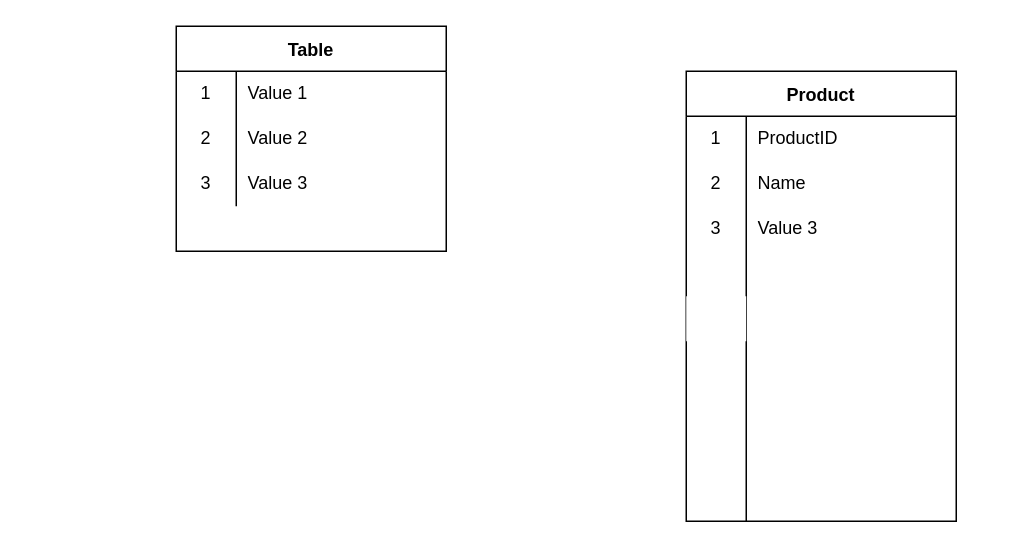
Earlier version of the draw.io diagram Database-Flowchart/Untitled Diagram.drawio (IvanVelychko/Database-Coderclass-Webwinkel). Source tidied: cells renumbered, new cells numbered last; positions are measured from the earlier drawing's top-left corner, leaving out a move shared by most shapes. Both pictures are drawn from the tidied source at 150%, with x=0, y=0 at pixel (176, 26).
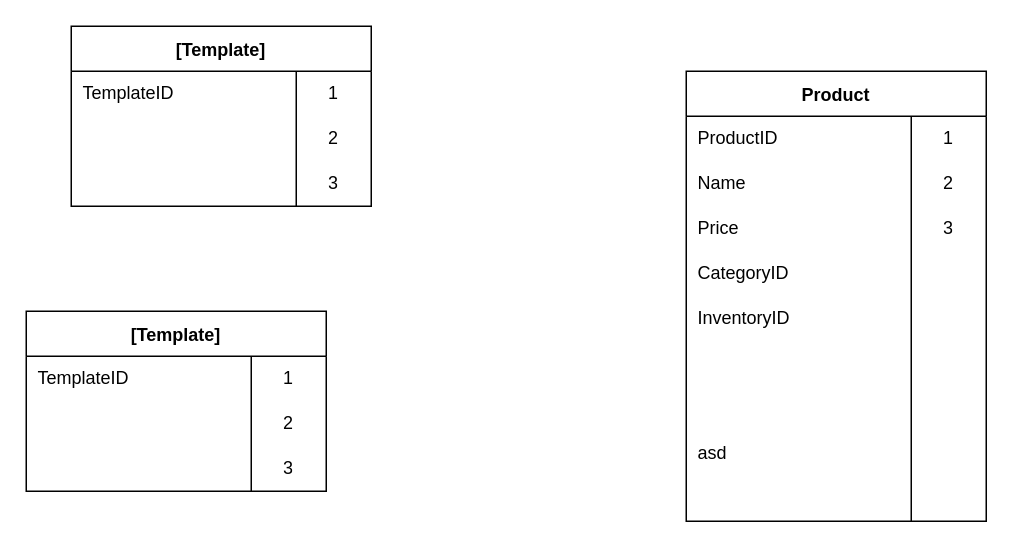
The same page after the edit.

Diff of the diagram source:
```diff
@@
-    <mxCell id="2" value="Product" style="shape=table;startSize=30;childLayout=tableLayout;rowLines=0;fontStyle=1;rounded=0;swimlaneLine=1;sketch=0;shadow=0;comic=0;columnLines=1;flipH=0;" parent="1" vertex="1">
-      <mxGeometry x="340" y="30" width="180" height="300" as="geometry" />
+    <mxCell id="2" value="Product" style="shape=table;startSize=30;childLayout=tableLayout;rowLines=0;fontStyle=1;swimlaneLine=1;columnLines=1;flipH=0;direction=east ;right=1;rounded=0;" parent="1" vertex="1">
+      <mxGeometry x="340" y="30" width="200" height="300" as="geometry" />
     </mxCell>
     <mxCell id="3" style="shape=tableRow;horizontal=0;startSize=0;swimlaneHead=0;swimlaneBody=0;top=0;left=0;bottom=0;right=0;fillColor=none;" parent="2" vertex="1">
-      <mxGeometry y="30" width="180" height="30" as="geometry" />
+      <mxGeometry y="30" width="200" height="30" as="geometry" />
     </mxCell>
+    <mxCell id="5" value="ProductID" style="shape=partialRectangle;html=1;whiteSpace=wrap;fillColor=none;top=0;left=0;bottom=0;right=0;overflow=hidden;align=left;spacingLeft=6;" parent="3" vertex="1">
+      <mxGeometry width="150" height="30" as="geometry" />
+    </mxCell>
     <mxCell id="4" value="1" style="shape=partialRectangle;html=1;whiteSpace=wrap;fillColor=none;top=0;left=0;bottom=0;right=0;overflow=hidden;" parent="3" vertex="1">
-      <mxGeometry width="40" height="30" as="geometry" />
+      <mxGeometry x="150" width="50" height="30" as="geometry" />
     </mxCell>
-    <mxCell id="5" value="ProductID" style="shape=partialRectangle;html=1;whiteSpace=wrap;fillColor=none;top=0;left=0;bottom=0;right=0;align=left;spacingLeft=6;overflow=hidden;" parent="3" vertex="1">
-      <mxGeometry x="40" width="140" height="30" as="geometry" />
-    </mxCell>
     <mxCell id="6" style="shape=tableRow;horizontal=0;startSize=0;swimlaneHead=0;swimlaneBody=0;top=0;left=0;bottom=0;right=0;fillColor=none;" parent="2" vertex="1">
-      <mxGeometry y="60" width="180" height="30" as="geometry" />
+      <mxGeometry y="60" width="200" height="30" as="geometry" />
     </mxCell>
+    <mxCell id="8" value="Name" style="shape=partialRectangle;html=1;whiteSpace=wrap;fillColor=none;top=0;left=0;bottom=0;right=0;overflow=hidden;align=left;spacingLeft=6;" parent="6" vertex="1">
+      <mxGeometry width="150" height="30" as="geometry" />
+    </mxCell>
     <mxCell id="7" value="2" style="shape=partialRectangle;html=1;whiteSpace=wrap;fillColor=none;top=0;left=0;bottom=0;right=0;overflow=hidden;" parent="6" vertex="1">
-      <mxGeometry width="40" height="30" as="geometry" />
+      <mxGeometry x="150" width="50" height="30" as="geometry" />
     </mxCell>
-    <mxCell id="8" value="Name" style="shape=partialRectangle;html=1;whiteSpace=wrap;fillColor=none;top=0;left=0;bottom=0;right=0;align=left;spacingLeft=6;overflow=hidden;" parent="6" vertex="1">
-      <mxGeometry x="40" width="140" height="30" as="geometry" />
-    </mxCell>
     <mxCell id="9" style="shape=tableRow;horizontal=0;startSize=0;swimlaneHead=0;swimlaneBody=0;top=0;left=0;bottom=0;right=0;fillColor=none;" parent="2" vertex="1">
-      <mxGeometry y="90" width="180" height="30" as="geometry" />
+      <mxGeometry y="90" width="200" height="30" as="geometry" />
     </mxCell>
+    <mxCell id="40" value="Price" style="shape=partialRectangle;html=1;whiteSpace=wrap;fillColor=none;top=0;left=0;bottom=0;right=0;overflow=hidden;align=left;spacingLeft=6;" parent="9" vertex="1">
+      <mxGeometry width="150" height="30" as="geometry" />
+    </mxCell>
     <mxCell id="10" value="3" style="shape=partialRectangle;html=1;whiteSpace=wrap;fillColor=none;top=0;left=0;bottom=0;right=0;overflow=hidden;" parent="9" vertex="1">
-      <mxGeometry width="40" height="30" as="geometry" />
+      <mxGeometry x="150" width="50" height="30" as="geometry" />
     </mxCell>
-    <mxCell id="11" value="Value 3" style="shape=partialRectangle;html=1;whiteSpace=wrap;fillColor=none;top=0;left=0;bottom=0;right=0;align=left;spacingLeft=6;overflow=hidden;" parent="9" vertex="1">
-      <mxGeometry x="40" width="140" height="30" as="geometry" />
-    </mxCell>
     <mxCell id="12" style="shape=tableRow;horizontal=0;startSize=0;swimlaneHead=0;swimlaneBody=0;top=0;left=0;bottom=0;right=0;fillColor=none;" parent="2" vertex="1">
-      <mxGeometry y="120" width="180" height="30" as="geometry" />
+      <mxGeometry y="120" width="200" height="30" as="geometry" />
     </mxCell>
+    <mxCell id="41" value="CategoryID" style="shape=partialRectangle;html=1;whiteSpace=wrap;fillColor=none;top=0;left=0;bottom=0;right=0;overflow=hidden;align=left;spacingLeft=6;" parent="12" vertex="1">
+      <mxGeometry width="150" height="30" as="geometry" />
+    </mxCell>
     <mxCell id="13" style="shape=partialRectangle;html=1;whiteSpace=wrap;fillColor=none;top=0;left=0;bottom=0;right=0;overflow=hidden;" parent="12" vertex="1">
-      <mxGeometry width="40" height="30" as="geometry" />
+      <mxGeometry x="150" width="50" height="30" as="geometry" />
     </mxCell>
-    <mxCell id="14" style="shape=partialRectangle;html=1;whiteSpace=wrap;fillColor=none;top=0;left=0;bottom=0;right=0;align=left;spacingLeft=6;overflow=hidden;" parent="12" vertex="1">
-      <mxGeometry x="40" width="140" height="30" as="geometry" />
-    </mxCell>
-    <mxCell id="15" style="shape=tableRow;horizontal=0;startSize=0;swimlaneHead=0;swimlaneBody=0;top=0;left=0;bottom=0;right=0;fillColor=none;" parent="2" vertex="1">
-      <mxGeometry y="150" width="180" height="30" as="geometry" />
-    </mxCell>
-    <mxCell id="16" style="shape=partialRectangle;html=1;whiteSpace=wrap;top=0;left=0;bottom=0;right=0;overflow=hidden;" parent="15" vertex="1">
-      <mxGeometry width="40" height="30" as="geometry" />
-    </mxCell>
-    <mxCell id="17" style="shape=partialRectangle;html=1;whiteSpace=wrap;fillColor=none;top=0;left=0;bottom=0;right=0;align=left;spacingLeft=6;overflow=hidden;" parent="15" vertex="1">
-      <mxGeometry x="40" width="140" height="30" as="geometry" />
-    </mxCell>
     <mxCell id="18" style="shape=tableRow;horizontal=0;startSize=0;swimlaneHead=0;swimlaneBody=0;top=0;left=0;bottom=0;right=0;fillColor=none;" parent="2" vertex="1">
-      <mxGeometry y="180" width="180" height="30" as="geometry" />
+      <mxGeometry y="150" width="200" height="30" as="geometry" />
     </mxCell>
+    <mxCell id="42" value="InventoryID" style="shape=partialRectangle;html=1;whiteSpace=wrap;fillColor=none;top=0;left=0;bottom=0;right=0;overflow=hidden;align=left;spacingLeft=6;" parent="18" vertex="1">
+      <mxGeometry width="150" height="30" as="geometry" />
+    </mxCell>
     <mxCell id="19" style="shape=partialRectangle;html=1;whiteSpace=wrap;fillColor=none;top=0;left=0;bottom=0;right=0;overflow=hidden;" parent="18" vertex="1">
-      <mxGeometry width="40" height="30" as="geometry" />
+      <mxGeometry x="150" width="50" height="30" as="geometry" />
     </mxCell>
-    <mxCell id="20" style="shape=partialRectangle;html=1;whiteSpace=wrap;fillColor=none;top=0;left=0;bottom=0;right=0;align=left;spacingLeft=6;overflow=hidden;" parent="18" vertex="1">
-      <mxGeometry x="40" width="140" height="30" as="geometry" />
-    </mxCell>
     <mxCell id="21" style="shape=tableRow;horizontal=0;startSize=0;swimlaneHead=0;swimlaneBody=0;top=0;left=0;bottom=0;right=0;fillColor=none;" parent="2" vertex="1">
-      <mxGeometry y="210" width="180" height="30" as="geometry" />
+      <mxGeometry y="180" width="200" height="30" as="geometry" />
     </mxCell>
+    <mxCell id="43" style="shape=partialRectangle;html=1;whiteSpace=wrap;fillColor=none;top=0;left=0;bottom=0;right=0;overflow=hidden;align=left;spacingLeft=6;" parent="21" vertex="1">
+      <mxGeometry width="150" height="30" as="geometry" />
+    </mxCell>
     <mxCell id="22" style="shape=partialRectangle;html=1;whiteSpace=wrap;fillColor=none;top=0;left=0;bottom=0;right=0;overflow=hidden;" parent="21" vertex="1">
-      <mxGeometry width="40" height="30" as="geometry" />
+      <mxGeometry x="150" width="50" height="30" as="geometry" />
     </mxCell>
-    <mxCell id="23" style="shape=partialRectangle;html=1;whiteSpace=wrap;fillColor=none;top=0;left=0;bottom=0;right=0;align=left;spacingLeft=6;overflow=hidden;" parent="21" vertex="1">
-      <mxGeometry x="40" width="140" height="30" as="geometry" />
-    </mxCell>
     <mxCell id="24" style="shape=tableRow;horizontal=0;startSize=0;swimlaneHead=0;swimlaneBody=0;top=0;left=0;bottom=0;right=0;fillColor=none;" parent="2" vertex="1">
-      <mxGeometry y="240" width="180" height="30" as="geometry" />
+      <mxGeometry y="210" width="200" height="30" as="geometry" />
     </mxCell>
+    <mxCell id="44" style="shape=partialRectangle;html=1;whiteSpace=wrap;fillColor=none;top=0;left=0;bottom=0;right=0;overflow=hidden;align=left;spacingLeft=6;" parent="24" vertex="1">
+      <mxGeometry width="150" height="30" as="geometry" />
+    </mxCell>
     <mxCell id="25" style="shape=partialRectangle;html=1;whiteSpace=wrap;fillColor=none;top=0;left=0;bottom=0;right=0;overflow=hidden;" parent="24" vertex="1">
-      <mxGeometry width="40" height="30" as="geometry" />
+      <mxGeometry x="150" width="50" height="30" as="geometry" />
     </mxCell>
-    <mxCell id="26" style="shape=partialRectangle;html=1;whiteSpace=wrap;fillColor=none;top=0;left=0;bottom=0;right=0;align=left;spacingLeft=6;overflow=hidden;" parent="24" vertex="1">
-      <mxGeometry x="40" width="140" height="30" as="geometry" />
-    </mxCell>
     <mxCell id="27" style="shape=tableRow;horizontal=0;startSize=0;swimlaneHead=0;swimlaneBody=0;top=0;left=0;bottom=0;right=0;fillColor=none;" parent="2" vertex="1">
-      <mxGeometry y="270" width="180" height="30" as="geometry" />
+      <mxGeometry y="240" width="200" height="30" as="geometry" />
     </mxCell>
+    <mxCell id="45" value="asd" style="shape=partialRectangle;html=1;whiteSpace=wrap;fillColor=none;top=0;left=0;bottom=0;right=0;overflow=hidden;align=left;spacingLeft=6;" parent="27" vertex="1">
+      <mxGeometry width="150" height="30" as="geometry" />
+    </mxCell>
     <mxCell id="28" style="shape=partialRectangle;html=1;whiteSpace=wrap;fillColor=none;top=0;left=0;bottom=0;right=0;overflow=hidden;" parent="27" vertex="1">
-      <mxGeometry width="40" height="30" as="geometry" />
+      <mxGeometry x="150" width="50" height="30" as="geometry" />
     </mxCell>
-    <mxCell id="29" style="shape=partialRectangle;html=1;whiteSpace=wrap;fillColor=none;top=0;left=0;bottom=0;right=0;align=left;spacingLeft=6;overflow=hidden;" parent="27" vertex="1">
-      <mxGeometry x="40" width="140" height="30" as="geometry" />
-    </mxCell>
-    <mxCell id="30" value="Table" style="shape=table;startSize=30;childLayout=tableLayout;rowLines=0;fontStyle=1;" parent="1" vertex="1">
-      <mxGeometry width="180" height="150" as="geometry" />
-    </mxCell>
-    <mxCell id="31" style="shape=tableRow;horizontal=0;startSize=0;swimlaneHead=0;swimlaneBody=0;top=0;left=0;bottom=0;right=0;fillColor=none;" parent="30" vertex="1">
-      <mxGeometry y="30" width="180" height="30" as="geometry" />
-    </mxCell>
-    <mxCell id="32" value="1" style="shape=partialRectangle;html=1;whiteSpace=wrap;fillColor=none;top=0;left=0;bottom=0;right=0;overflow=hidden;" parent="31" vertex="1">
-      <mxGeometry width="40" height="30" as="geometry" />
-    </mxCell>
-    <mxCell id="33" value="Value 1" style="shape=partialRectangle;html=1;whiteSpace=wrap;fillColor=none;top=0;left=0;bottom=0;right=0;align=left;spacingLeft=6;overflow=hidden;" parent="31" vertex="1">
-      <mxGeometry x="40" width="140" height="30" as="geometry" />
-    </mxCell>
-    <mxCell id="34" style="shape=tableRow;horizontal=0;startSize=0;swimlaneHead=0;swimlaneBody=0;top=0;left=0;bottom=0;right=0;fillColor=none;" parent="30" vertex="1">
-      <mxGeometry y="60" width="180" height="30" as="geometry" />
-    </mxCell>
-    <mxCell id="35" value="2" style="shape=partialRectangle;html=1;whiteSpace=wrap;fillColor=none;top=0;left=0;bottom=0;right=0;overflow=hidden;" parent="34" vertex="1">
-      <mxGeometry width="40" height="30" as="geometry" />
-    </mxCell>
-    <mxCell id="36" value="Value 2" style="shape=partialRectangle;html=1;whiteSpace=wrap;fillColor=none;top=0;left=0;bottom=0;right=0;align=left;spacingLeft=6;overflow=hidden;" parent="34" vertex="1">
-      <mxGeometry x="40" width="140" height="30" as="geometry" />
-    </mxCell>
-    <mxCell id="37" style="shape=tableRow;horizontal=0;startSize=0;swimlaneHead=0;swimlaneBody=0;top=0;left=0;bottom=0;right=0;fillColor=none;" parent="30" vertex="1">
-      <mxGeometry y="90" width="180" height="30" as="geometry" />
-    </mxCell>
-    <mxCell id="38" value="3" style="shape=partialRectangle;html=1;whiteSpace=wrap;fillColor=none;top=0;left=0;bottom=0;right=0;overflow=hidden;" parent="37" vertex="1">
-      <mxGeometry width="40" height="30" as="geometry" />
-    </mxCell>
-    <mxCell id="39" value="Value 3" style="shape=partialRectangle;html=1;whiteSpace=wrap;fillColor=none;top=0;left=0;bottom=0;right=0;align=left;spacingLeft=6;overflow=hidden;" parent="37" vertex="1">
-      <mxGeometry x="40" width="140" height="30" as="geometry" />
-    </mxCell>
+    <mxCell id="46" style="shape=tableRow;horizontal=0;startSize=0;swimlaneHead=0;swimlaneBody=0;top=0;left=0;bottom=0;right=0;fillColor=none;" parent="2" vertex="1">
+      <mxGeometry y="270" width="200" height="30" as="geometry" />
+    </mxCell>
+    <mxCell id="47" style="shape=partialRectangle;html=1;whiteSpace=wrap;fillColor=none;top=0;left=0;bottom=0;right=0;overflow=hidden;align=left;spacingLeft=6;" parent="46" vertex="1">
+      <mxGeometry width="150" height="30" as="geometry" />
+    </mxCell>
+    <mxCell id="48" style="shape=partialRectangle;html=1;whiteSpace=wrap;fillColor=none;top=0;left=0;bottom=0;right=0;overflow=hidden;" parent="46" vertex="1">
+      <mxGeometry x="150" width="50" height="30" as="geometry" />
+    </mxCell>
+    <mxCell id="49" value="[Template]" style="shape=table;startSize=30;childLayout=tableLayout;rowLines=0;fontStyle=1;swimlaneLine=1;columnLines=1;flipH=0;direction=east ;right=1;rounded=0;" parent="1" vertex="1">
+      <mxGeometry x="-100" y="190" width="200" height="120" as="geometry" />
+    </mxCell>
+    <mxCell id="50" style="shape=tableRow;horizontal=0;startSize=0;swimlaneHead=0;swimlaneBody=0;top=0;left=0;bottom=0;right=0;fillColor=none;" parent="49" vertex="1">
+      <mxGeometry y="30" width="200" height="30" as="geometry" />
+    </mxCell>
+    <mxCell id="51" value="TemplateID" style="shape=partialRectangle;html=1;whiteSpace=wrap;fillColor=none;top=0;left=0;bottom=0;right=0;overflow=hidden;align=left;spacingLeft=6;" parent="50" vertex="1">
+      <mxGeometry width="150" height="30" as="geometry" />
+    </mxCell>
+    <mxCell id="52" value="1" style="shape=partialRectangle;html=1;whiteSpace=wrap;fillColor=none;top=0;left=0;bottom=0;right=0;overflow=hidden;" parent="50" vertex="1">
+      <mxGeometry x="150" width="50" height="30" as="geometry" />
+    </mxCell>
+    <mxCell id="53" style="shape=tableRow;horizontal=0;startSize=0;swimlaneHead=0;swimlaneBody=0;top=0;left=0;bottom=0;right=0;fillColor=none;" parent="49" vertex="1">
+      <mxGeometry y="60" width="200" height="30" as="geometry" />
+    </mxCell>
+    <mxCell id="54" style="shape=partialRectangle;html=1;whiteSpace=wrap;fillColor=none;top=0;left=0;bottom=0;right=0;overflow=hidden;align=left;spacingLeft=6;" parent="53" vertex="1">
+      <mxGeometry width="150" height="30" as="geometry" />
+    </mxCell>
+    <mxCell id="55" value="2" style="shape=partialRectangle;html=1;whiteSpace=wrap;fillColor=none;top=0;left=0;bottom=0;right=0;overflow=hidden;" parent="53" vertex="1">
+      <mxGeometry x="150" width="50" height="30" as="geometry" />
+    </mxCell>
+    <mxCell id="56" style="shape=tableRow;horizontal=0;startSize=0;swimlaneHead=0;swimlaneBody=0;top=0;left=0;bottom=0;right=0;fillColor=none;" parent="49" vertex="1">
+      <mxGeometry y="90" width="200" height="30" as="geometry" />
+    </mxCell>
+    <mxCell id="57" style="shape=partialRectangle;html=1;whiteSpace=wrap;fillColor=none;top=0;left=0;bottom=0;right=0;overflow=hidden;align=left;spacingLeft=6;" parent="56" vertex="1">
+      <mxGeometry width="150" height="30" as="geometry" />
+    </mxCell>
+    <mxCell id="58" value="3" style="shape=partialRectangle;html=1;whiteSpace=wrap;fillColor=none;top=0;left=0;bottom=0;right=0;overflow=hidden;" parent="56" vertex="1">
+      <mxGeometry x="150" width="50" height="30" as="geometry" />
+    </mxCell>
+    <mxCell id="59" value="[Template]" style="shape=table;startSize=30;childLayout=tableLayout;rowLines=0;fontStyle=1;swimlaneLine=1;columnLines=1;flipH=0;direction=east ;right=1;rounded=0;" parent="1" vertex="1">
+      <mxGeometry x="-70" width="200" height="120" as="geometry" />
+    </mxCell>
+    <mxCell id="60" style="shape=tableRow;horizontal=0;startSize=0;swimlaneHead=0;swimlaneBody=0;top=0;left=0;bottom=0;right=0;fillColor=none;" parent="59" vertex="1">
+      <mxGeometry y="30" width="200" height="30" as="geometry" />
+    </mxCell>
+    <mxCell id="61" value="TemplateID" style="shape=partialRectangle;html=1;whiteSpace=wrap;fillColor=none;top=0;left=0;bottom=0;right=0;overflow=hidden;align=left;spacingLeft=6;" parent="60" vertex="1">
+      <mxGeometry width="150" height="30" as="geometry" />
+    </mxCell>
+    <mxCell id="62" value="1" style="shape=partialRectangle;html=1;whiteSpace=wrap;fillColor=none;top=0;left=0;bottom=0;right=0;overflow=hidden;" parent="60" vertex="1">
+      <mxGeometry x="150" width="50" height="30" as="geometry" />
+    </mxCell>
+    <mxCell id="63" style="shape=tableRow;horizontal=0;startSize=0;swimlaneHead=0;swimlaneBody=0;top=0;left=0;bottom=0;right=0;fillColor=none;" parent="59" vertex="1">
+      <mxGeometry y="60" width="200" height="30" as="geometry" />
+    </mxCell>
+    <mxCell id="64" style="shape=partialRectangle;html=1;whiteSpace=wrap;fillColor=none;top=0;left=0;bottom=0;right=0;overflow=hidden;align=left;spacingLeft=6;" parent="63" vertex="1">
+      <mxGeometry width="150" height="30" as="geometry" />
+    </mxCell>
+    <mxCell id="65" value="2" style="shape=partialRectangle;html=1;whiteSpace=wrap;fillColor=none;top=0;left=0;bottom=0;right=0;overflow=hidden;" parent="63" vertex="1">
+      <mxGeometry x="150" width="50" height="30" as="geometry" />
+    </mxCell>
+    <mxCell id="66" style="shape=tableRow;horizontal=0;startSize=0;swimlaneHead=0;swimlaneBody=0;top=0;left=0;bottom=0;right=0;fillColor=none;" parent="59" vertex="1">
+      <mxGeometry y="90" width="200" height="30" as="geometry" />
+    </mxCell>
+    <mxCell id="67" style="shape=partialRectangle;html=1;whiteSpace=wrap;fillColor=none;top=0;left=0;bottom=0;right=0;overflow=hidden;align=left;spacingLeft=6;" parent="66" vertex="1">
+      <mxGeometry width="150" height="30" as="geometry" />
+    </mxCell>
+    <mxCell id="68" value="3" style="shape=partialRectangle;html=1;whiteSpace=wrap;fillColor=none;top=0;left=0;bottom=0;right=0;overflow=hidden;" parent="66" vertex="1">
+      <mxGeometry x="150" width="50" height="30" as="geometry" />
+    </mxCell>
```
